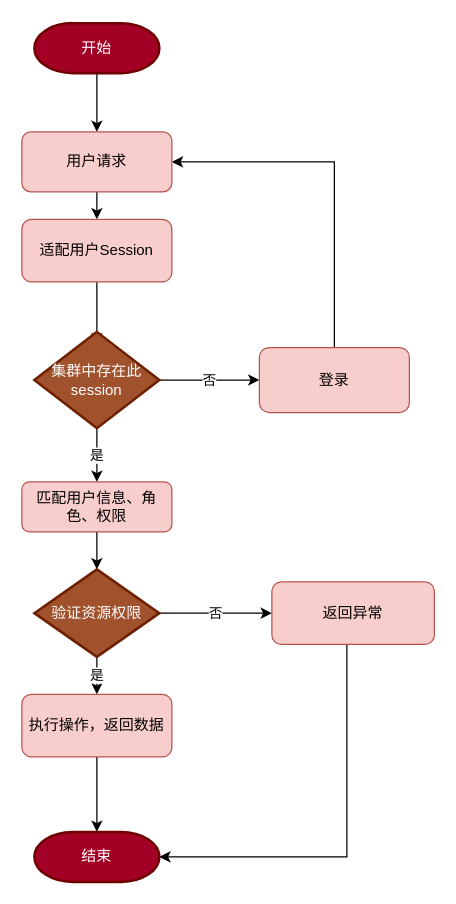
The draw.io diagram 2019/sto分布式session方案.drawio in Godricm/BuDingDesign, before the edit. Source tidied: cells renumbered, new cells numbered last; positions are measured from the earlier drawing's top-left corner, leaving out a move shared by most shapes. Both pictures are drawn from the tidied source at 125%, with x=0, y=0 at pixel (21, 22).
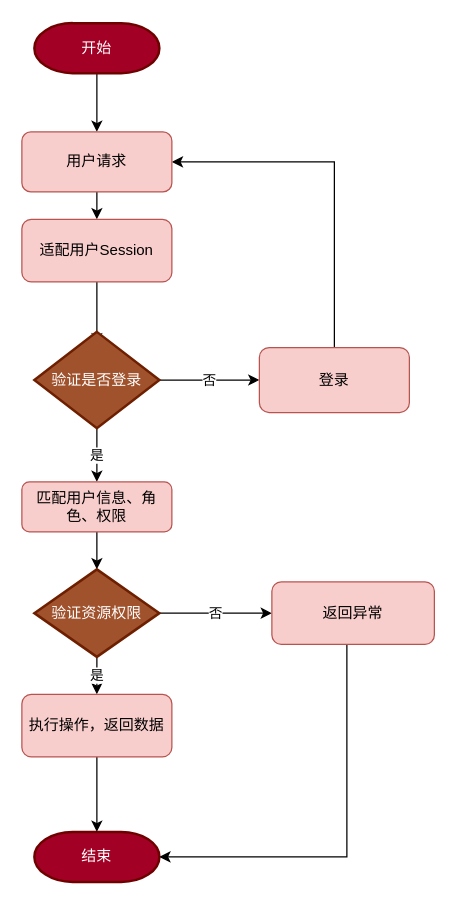
The same page after the edit.

Commit message (it also covers changes not shown here):
更新sto分布式session方案.drawio

Diff of the diagram source:
```diff
@@
-    <mxCell id="8" value="集群中存在此session" style="strokeWidth=2;html=1;shape=mxgraph.flowchart.decision;whiteSpace=wrap;fillColor=#a0522d;strokeColor=#6D1F00;fontColor=#ffffff;" parent="1" vertex="1">
+    <mxCell id="8" value="验证是否登录" style="strokeWidth=2;html=1;shape=mxgraph.flowchart.decision;whiteSpace=wrap;fillColor=#a0522d;strokeColor=#6D1F00;fontColor=#ffffff;" parent="1" vertex="1">
       <mxGeometry x="10" y="247" width="100" height="77" as="geometry" />
     </mxCell>
```
